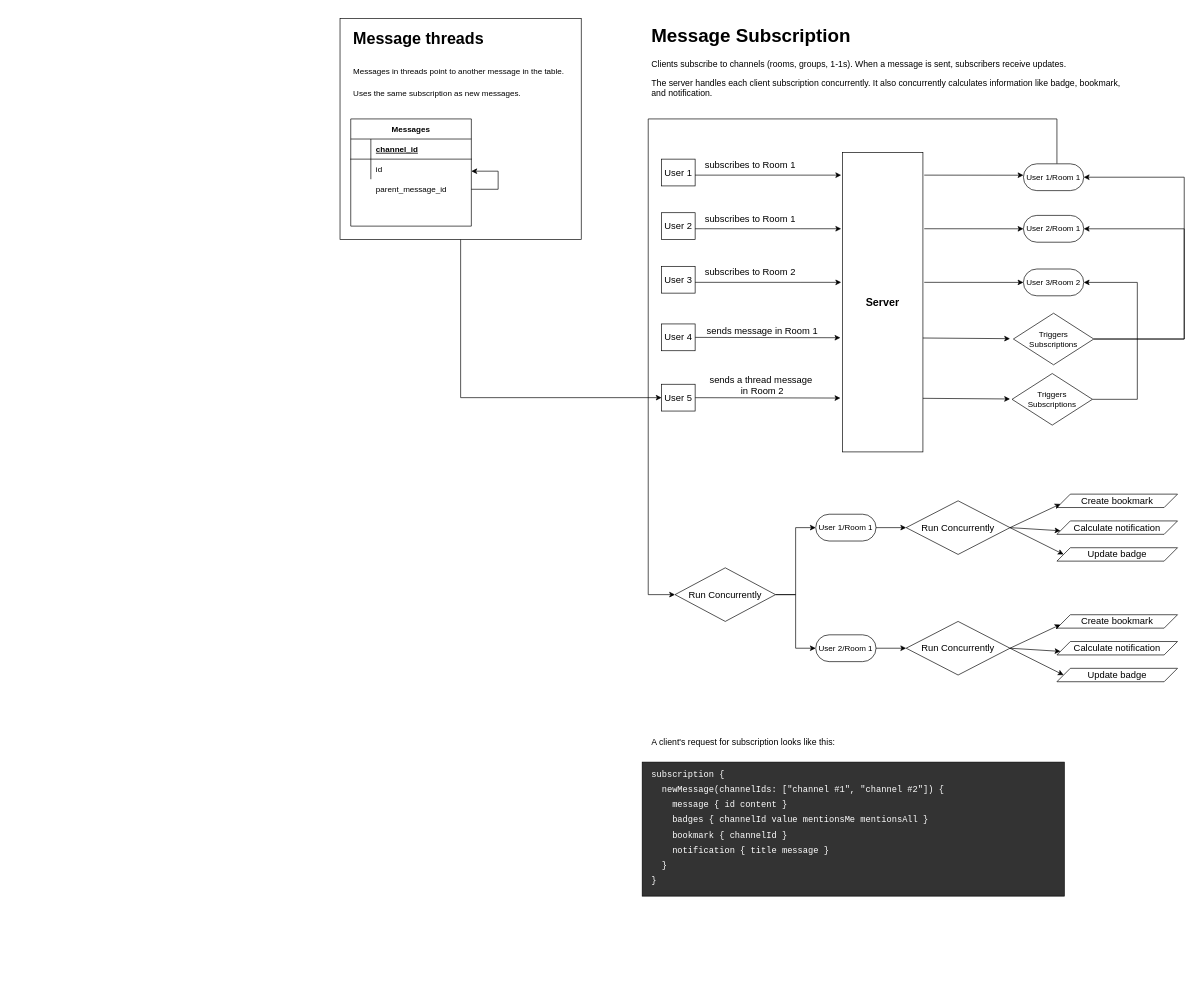
Above: docs/Connect.drawio in rafbgarcia/conn (draw.io), before the change. Source tidied: cells renumbered, new cells numbered last; positions are measured from the earlier drawing's top-left corner, leaving out a move shared by most shapes. Both pictures are drawn from the tidied source at 67%, with x=0, y=0 at pixel (340, 18).
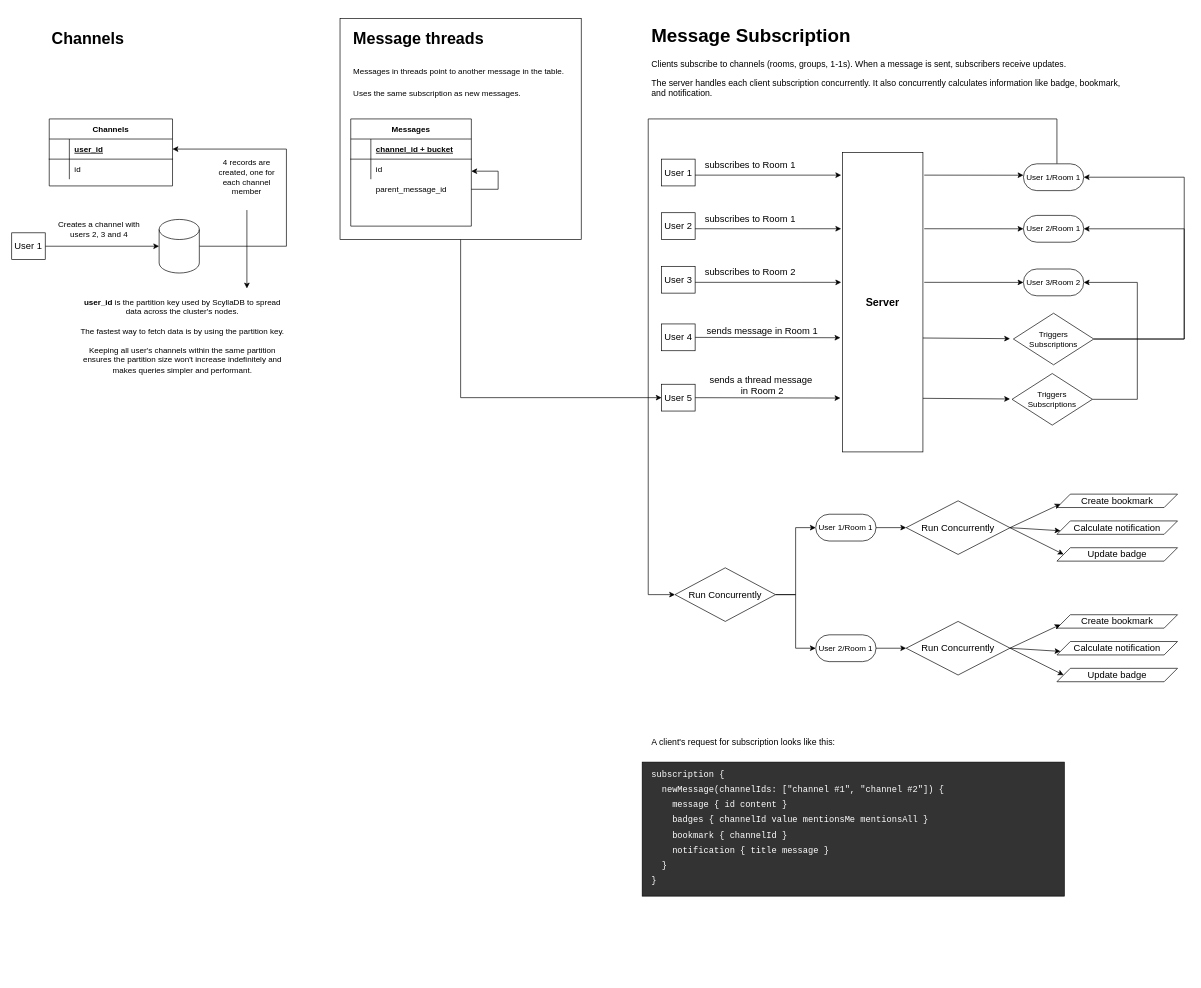
After the change.

The change refers to these unchanged cells:
```xml
<mxCell id="53" style="shape=partialRectangle;fillColor=none;top=0;left=0;right=0;bottom=1;" parent="52" vertex="1">
  <mxGeometry y="30" width="180" height="30" as="geometry" />
</mxCell>
```

What changed in the source:
```diff
@@
-    <mxCell id="55" value="channel_id" style="shape=partialRectangle;overflow=hidden;fillColor=none;top=0;left=0;bottom=0;right=0;align=left;spacingLeft=6;fontStyle=5;" parent="53" vertex="1">
+    <mxCell id="55" value="channel_id + bucket" style="shape=partialRectangle;overflow=hidden;fillColor=none;top=0;left=0;bottom=0;right=0;align=left;spacingLeft=6;fontStyle=5;" parent="53" vertex="1">
       <mxGeometry x="30" width="150" height="30" as="geometry" />
     </mxCell>
@@
+    <mxCell id="70" value="Channels" style="shape=table;startSize=30;childLayout=tableLayout;rowLines=0;fontStyle=1;align=center;" parent="1" vertex="1">
+      <mxGeometry x="-434" y="150" width="184" height="100" as="geometry" />
+    </mxCell>
+    <mxCell id="71" style="shape=partialRectangle;fillColor=none;points=[[0,0.5],[1,0.5]];portConstraint=eastwest;top=0;left=0;right=0;bottom=1;" parent="70" vertex="1">
+      <mxGeometry y="30" width="184" height="30" as="geometry" />
+    </mxCell>
+    <mxCell id="72" style="shape=partialRectangle;overflow=hidden;fillColor=none;top=0;left=0;bottom=0;right=0;fontStyle=1;" parent="71" vertex="1">
+      <mxGeometry width="30" height="30" as="geometry" />
+    </mxCell>
+    <mxCell id="73" value="user_id" style="shape=partialRectangle;overflow=hidden;fillColor=none;top=0;left=0;bottom=0;right=0;align=left;spacingLeft=6;fontStyle=5;" parent="71" vertex="1">
+      <mxGeometry x="30" width="154" height="30" as="geometry" />
+    </mxCell>
+    <mxCell id="74" style="shape=partialRectangle;fillColor=none;top=0;left=0;right=0;bottom=0;" parent="70" vertex="1">
+      <mxGeometry y="60" width="184" height="30" as="geometry" />
+    </mxCell>
+    <mxCell id="75" style="shape=partialRectangle;overflow=hidden;fillColor=none;top=0;left=0;bottom=0;right=0;" parent="74" vertex="1">
+      <mxGeometry width="30" height="30" as="geometry" />
+    </mxCell>
+    <mxCell id="76" value="id" style="shape=partialRectangle;overflow=hidden;fillColor=none;top=0;left=0;bottom=0;right=0;align=left;spacingLeft=6;" parent="74" vertex="1">
+      <mxGeometry x="30" width="154" height="30" as="geometry" />
+    </mxCell>
+    <mxCell id="77" value="&lt;h1&gt;&lt;span&gt;Channels&lt;/span&gt;&lt;/h1&gt;" style="text;html=1;strokeColor=none;fillColor=none;spacing=5;spacingTop=-20;whiteSpace=wrap;overflow=hidden;rounded=0;" parent="1" vertex="1">
+      <mxGeometry x="-435" y="10" width="351" height="50" as="geometry" />
+    </mxCell>
+    <mxCell id="78" style="edgeStyle=orthogonalEdgeStyle;rounded=0;jettySize=auto;html=1;entryX=0;entryY=0.5;entryDx=0;entryDy=0;entryPerimeter=0;" parent="1" edge="1" source="79" target="81">
+      <mxGeometry relative="1" as="geometry" />
+    </mxCell>
+    <mxCell id="79" value="User 1" style="rounded=0;whiteSpace=wrap;html=1;fontSize=14;" parent="1" vertex="1">
+      <mxGeometry x="-490" y="320" width="50" height="40" as="geometry" />
+    </mxCell>
+    <mxCell id="80" style="edgeStyle=orthogonalEdgeStyle;rounded=0;jettySize=auto;html=1;entryX=1;entryY=0.5;entryDx=0;entryDy=0;" parent="1" edge="1" source="81" target="71">
+      <mxGeometry relative="1" as="geometry">
+        <Array as="points">
+          <mxPoint x="-80" y="340" />
+          <mxPoint x="-80" y="195" />
+        </Array>
+      </mxGeometry>
+    </mxCell>
+    <mxCell id="81" style="shape=cylinder3;whiteSpace=wrap;html=1;boundedLbl=1;backgroundOutline=1;size=15;" parent="1" vertex="1">
+      <mxGeometry x="-270" y="300" width="60" height="80" as="geometry" />
+    </mxCell>
+    <mxCell id="82" value="Creates a channel with &lt;br&gt;users 2, 3 and 4" style="text;html=1;align=center;verticalAlign=middle;strokeColor=none;" parent="1" vertex="1">
+      <mxGeometry x="-430" y="300" width="140" height="30" as="geometry" />
+    </mxCell>
+    <mxCell id="83" style="edgeStyle=orthogonalEdgeStyle;rounded=0;orthogonalLoop=1;jettySize=auto;html=1;" parent="1" edge="1">
+      <mxGeometry relative="1" as="geometry">
+        <mxPoint x="-139" y="286" as="sourcePoint" />
+        <mxPoint x="-139" y="403" as="targetPoint" />
+      </mxGeometry>
+    </mxCell>
+    <mxCell id="84" value="4 records are created, one for each channel member" style="text;html=1;strokeColor=none;fillColor=none;align=center;verticalAlign=middle;whiteSpace=wrap;rounded=0;" parent="1" vertex="1">
+      <mxGeometry x="-194" y="195.5" width="110" height="83" as="geometry" />
+    </mxCell>
+    <mxCell id="85" value="&lt;b&gt;user_id&lt;/b&gt; is the partition key used by ScyllaDB to spread data across the cluster's nodes.&lt;br&gt;&lt;br&gt;The fastest way to fetch data is by using the partition key. &lt;br&gt;&lt;br&gt;Keeping all user's channels within the same partition ensures the partition size won't increase indefinitely and makes queries simpler and performant." style="text;html=1;strokeColor=none;fillColor=none;align=center;verticalAlign=middle;whiteSpace=wrap;rounded=0;" parent="1" vertex="1">
+      <mxGeometry x="-390" y="414" width="310" height="120" as="geometry" />
+    </mxCell>
```
